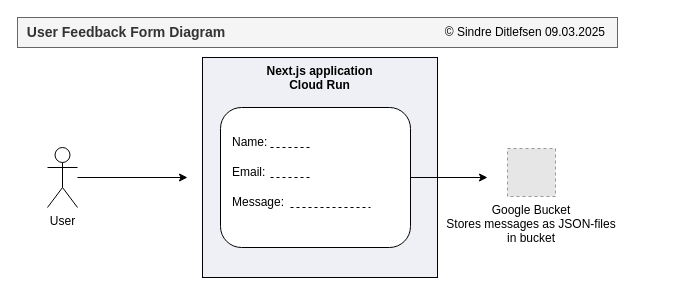
This is user-feedback-form/_docs/user-feedback-form-diagram.drawio from ditlef9/python-nextjs-postgresql-devsecops-gcp, a draw.io file, before an edit. Source tidied: cells renumbered, new cells numbered last; positions are measured from the earlier drawing's top-left corner, leaving out a move shared by most shapes. Both pictures are drawn from the tidied source at 100%, with x=0, y=0 at pixel (17, 17). Pictures stored in the file or linked from it are replaced by grey dashed boxes.
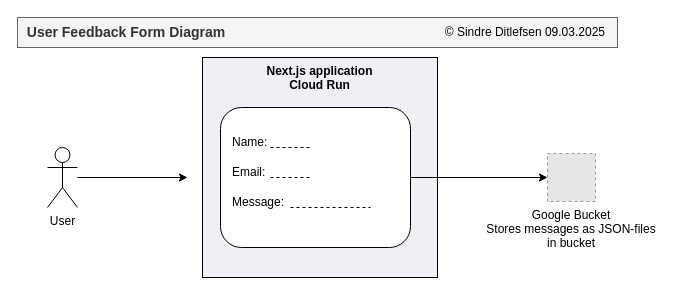
After the change.

The change refers to these unchanged cells:
```xml
<mxCell id="7" style="rounded=1;whiteSpace=wrap;html=1;" parent="1" vertex="1">
  <mxGeometry x="203" y="90" width="190" height="140" as="geometry" />
</mxCell>
```

What changed in the source:
```diff
@@
     <mxCell id="14" value="Google Bucket&#10;Stores messages as JSON-files&#10;in bucket" style="fillColor=#E6E6E6;strokeColor=#999999;dashed=1;verticalLabelPosition=bottom;labelBackgroundColor=default;verticalAlign=top;" parent="1" vertex="1">
-      <mxGeometry x="490" y="131" width="48" height="48" as="geometry" />
+      <mxGeometry x="530" y="136" width="48" height="48" as="geometry" />
     </mxCell>
-    <mxCell id="15" style="endArrow=classic;html=1;rounded=0;exitX=1;exitY=0.5;exitDx=0;exitDy=0;" parent="1" edge="1" source="7">
-      <mxGeometry relative="1" as="geometry">
-        <mxPoint x="470" y="160" as="targetPoint" />
-      </mxGeometry>
+    <mxCell id="15" style="endArrow=classic;html=1;rounded=0;exitX=1;exitY=0.5;exitDx=0;exitDy=0;entryX=0;entryY=0.5;entryDx=0;entryDy=0;" parent="1" edge="1" source="7" target="14">
+      <mxGeometry relative="1" as="geometry" />
     </mxCell>
```
